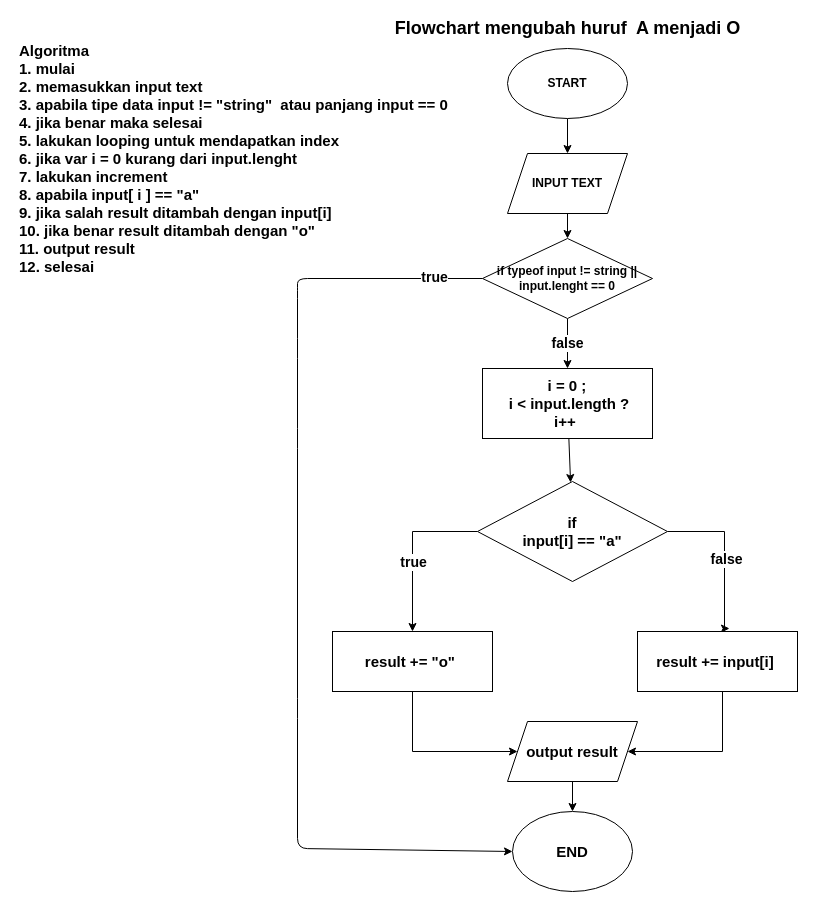
faisalchakiki/-fsw12-taskweek2 keeps this draw.io diagram as num1B.drawio. Above is the earlier version. Source tidied: cells renumbered, new cells numbered last; positions are measured from the earlier drawing's top-left corner, leaving out a move shared by most shapes. Both pictures are drawn from the tidied source at 100%, with x=0, y=0 at pixel (17, 18).
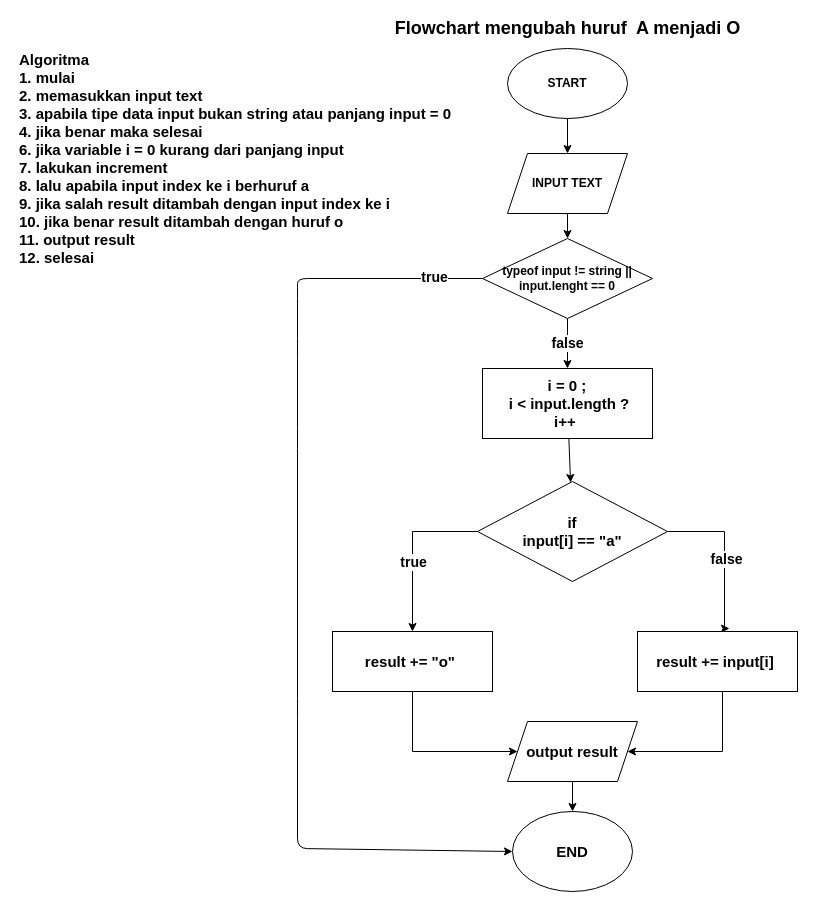
After the change.

The edit, as a diff of the source:
```diff
@@
-    <mxCell id="19" value="&lt;span&gt;Algoritma&lt;br&gt;1. mulai&lt;br&gt;2. memasukkan input text&lt;br&gt;3. apabila tipe data input != &quot;string&quot;&amp;nbsp; atau panjang input == 0&lt;br&gt;4. jika benar maka selesai&lt;br&gt;5. lakukan looping untuk mendapatkan index&lt;br&gt;&lt;/span&gt;&lt;div&gt;&lt;span&gt;6. jika var i = 0 kurang dari input.lenght&lt;/span&gt;&lt;/div&gt;&lt;div&gt;&lt;span&gt;7. lakukan increment&lt;/span&gt;&lt;/div&gt;&lt;div&gt;&lt;span&gt;8. apabila input[ i ] == &quot;a&quot;&lt;/span&gt;&lt;/div&gt;&lt;div&gt;&lt;span&gt;9. jika salah result ditambah dengan input[i]&amp;nbsp;&lt;/span&gt;&lt;/div&gt;&lt;div&gt;&lt;span&gt;10. jika benar result ditambah dengan &quot;o&quot;&lt;/span&gt;&lt;/div&gt;&lt;div&gt;11. output result&lt;/div&gt;&lt;div&gt;&lt;span&gt;12. selesai&lt;/span&gt;&lt;/div&gt;" style="text;html=1;align=left;verticalAlign=middle;strokeColor=none;fillColor=none;fontSize=15;fontStyle=1;" parent="1" vertex="1">
-      <mxGeometry y="20" width="440" height="240" as="geometry" />
+    <mxCell id="19" value="&lt;span&gt;Algoritma&lt;br&gt;1. mulai&lt;br&gt;2. memasukkan input text&lt;br&gt;3. apabila tipe data input bukan string atau panjang input = 0&lt;br&gt;4. jika benar maka selesai&lt;br&gt;&lt;/span&gt;&lt;div&gt;&lt;span&gt;6. jika variable i = 0 kurang dari panjang input&lt;/span&gt;&lt;/div&gt;&lt;div&gt;&lt;span&gt;7. lakukan increment&lt;/span&gt;&lt;/div&gt;&lt;div&gt;&lt;span&gt;8. lalu apabila input index ke i berhuruf a&lt;/span&gt;&lt;/div&gt;&lt;div&gt;&lt;span&gt;9. jika salah result ditambah dengan input index ke i&amp;nbsp;&lt;/span&gt;&lt;/div&gt;&lt;div&gt;&lt;span&gt;10. jika benar result ditambah dengan huruf o&lt;/span&gt;&lt;/div&gt;&lt;div&gt;11. output result&lt;/div&gt;&lt;div&gt;&lt;span&gt;12. selesai&lt;/span&gt;&lt;/div&gt;" style="text;html=1;align=left;verticalAlign=middle;strokeColor=none;fillColor=none;fontSize=15;fontStyle=1;" parent="1" vertex="1">
+      <mxGeometry y="30" width="450" height="220" as="geometry" />
     </mxCell>
@@
-    <mxCell id="23" value="&lt;b&gt;if typeof input != string || input.lenght == 0&lt;/b&gt;" style="rhombus;whiteSpace=wrap;html=1;" parent="1" vertex="1">
+    <mxCell id="23" value="&lt;b&gt;typeof input != string || input.lenght == 0&lt;/b&gt;" style="rhombus;whiteSpace=wrap;html=1;" parent="1" vertex="1">
       <mxGeometry x="465" y="220" width="170" height="80" as="geometry" />
     </mxCell>
```
